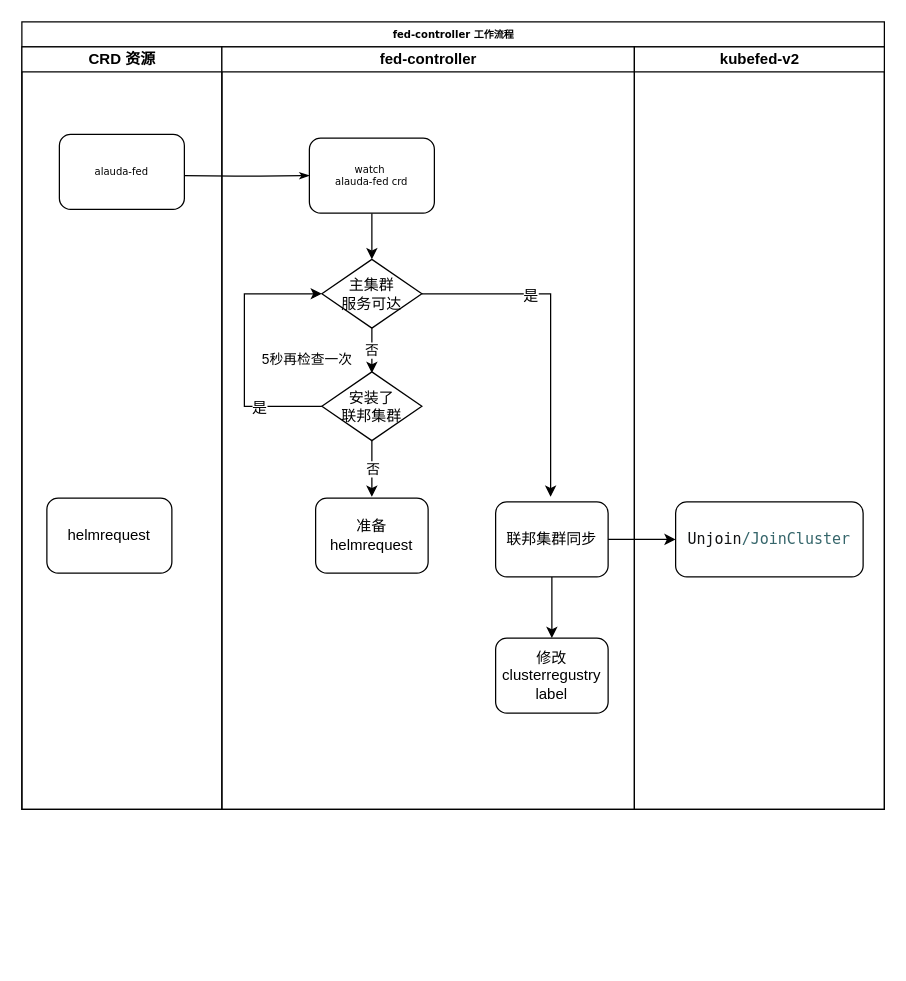
Above: page "Page-2" (2 of 5) of federateclusters.drawio in ssider/system_designs (draw.io), before the change. Source tidied: cells renumbered, new cells numbered last; positions are measured from the earlier drawing's top-left corner, leaving out a move shared by most shapes. Both pictures are drawn from the tidied source at 125%, with x=0, y=0 at pixel (21, 21).
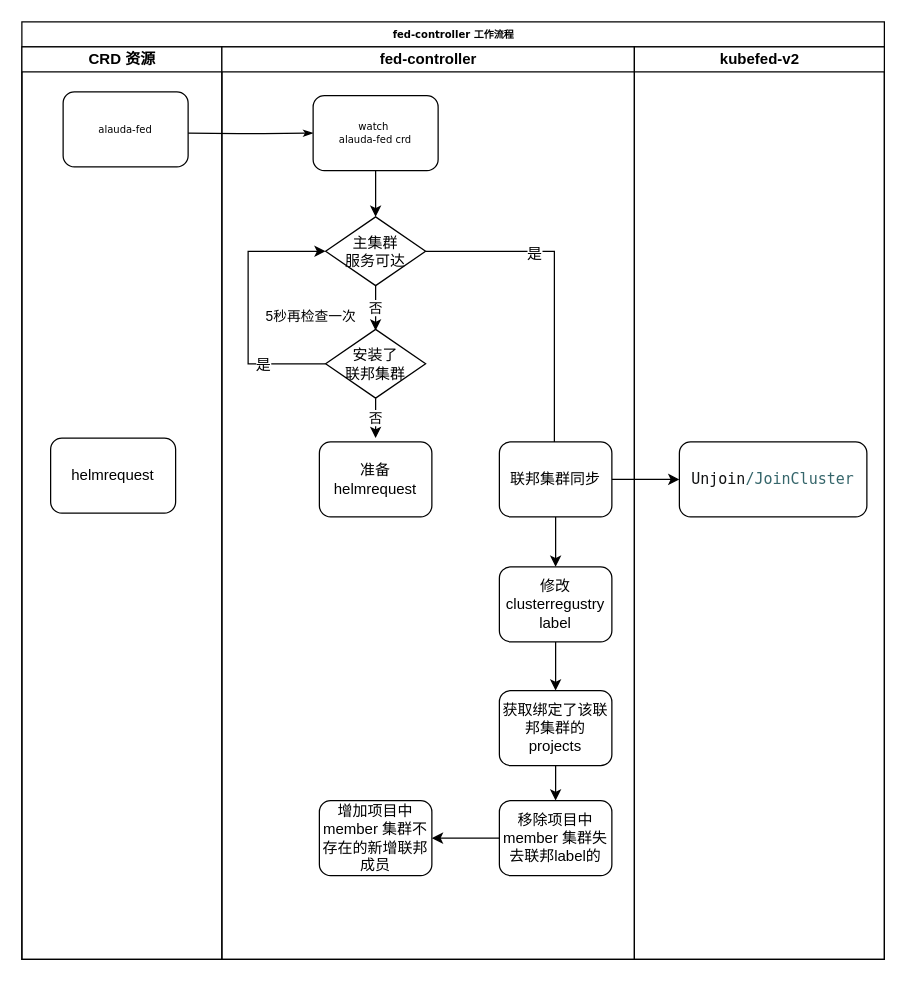
Above is the later version.

Change to the diagram source:
```diff
@@
     <mxCell id="2" value="fed-controller 工作流程" style="swimlane;html=1;startSize=20;rounded=0;shadow=0;labelBackgroundColor=none;strokeColor=#000000;strokeWidth=1;fillColor=#ffffff;fontFamily=Verdana;fontSize=8;fontColor=#000000;align=center;" parent="1" vertex="1">
-      <mxGeometry width="690" height="630" as="geometry" />
+      <mxGeometry width="690" height="750" as="geometry" />
     </mxCell>
+    <mxCell id="24" style="edgeStyle=orthogonalEdgeStyle;rounded=0;jettySize=auto;html=1;strokeColor=#000000;strokeWidth=1;" parent="2" edge="1" source="19" target="23">
+      <mxGeometry relative="1" as="geometry" />
+    </mxCell>
     <mxCell id="3" value="CRD 资源" style="swimlane;html=1;startSize=20;" parent="2" vertex="1">
-      <mxGeometry y="20" width="160" height="610" as="geometry" />
+      <mxGeometry y="20" width="160" height="730" as="geometry" />
     </mxCell>
     <mxCell id="4" value="alauda-fed" style="rounded=1;whiteSpace=wrap;html=1;shadow=0;labelBackgroundColor=none;strokeColor=#000000;strokeWidth=1;fillColor=#ffffff;fontFamily=Verdana;fontSize=8;fontColor=#000000;align=center;" parent="3" vertex="1">
-      <mxGeometry x="30" y="70" width="100" height="60" as="geometry" />
+      <mxGeometry x="33" y="36" width="100" height="60" as="geometry" />
     </mxCell>
     <mxCell id="5" value="helmrequest" style="rounded=1;whiteSpace=wrap;html=1;" parent="3" vertex="1">
-      <mxGeometry x="20" y="361" width="100" height="60" as="geometry" />
+      <mxGeometry x="23" y="313" width="100" height="60" as="geometry" />
     </mxCell>
     <mxCell id="6" style="edgeStyle=orthogonalEdgeStyle;rounded=1;html=1;labelBackgroundColor=none;startArrow=none;startFill=0;startSize=5;endArrow=classicThin;endFill=1;endSize=5;jettySize=auto;strokeColor=#000000;strokeWidth=1;fontFamily=Verdana;fontSize=8;fontColor=#000000;" parent="2" edge="1" target="10">
       <mxGeometry relative="1" as="geometry">
-        <mxPoint x="130" y="123" as="sourcePoint" />
+        <mxPoint x="133" y="89" as="sourcePoint" />
       </mxGeometry>
     </mxCell>
     <mxCell id="7" value="fed-controller" style="swimlane;html=1;startSize=20;" parent="2" vertex="1">
-      <mxGeometry x="160" y="20" width="330" height="610" as="geometry" />
+      <mxGeometry x="160" y="20" width="330" height="730" as="geometry" />
     </mxCell>
     <mxCell id="8" value="否" style="edgeStyle=orthogonalEdgeStyle;rounded=0;html=1;jettySize=auto;exitX=0.5;exitY=1;exitDx=0;exitDy=0;" parent="7" edge="1" source="13">
       <mxGeometry relative="1" as="geometry">
-        <mxPoint x="120" y="261" as="targetPoint" />
+        <mxPoint x="123" y="227" as="targetPoint" />
       </mxGeometry>
     </mxCell>
     <mxCell id="9" style="edgeStyle=orthogonalEdgeStyle;rounded=0;html=1;jettySize=auto;" parent="7" edge="1" source="10">
       <mxGeometry relative="1" as="geometry">
-        <mxPoint x="120" y="170" as="targetPoint" />
+        <mxPoint x="123" y="136" as="targetPoint" />
       </mxGeometry>
     </mxCell>
     <mxCell id="10" value="watch&amp;nbsp;&lt;br&gt;alauda-fed crd" style="rounded=1;whiteSpace=wrap;html=1;shadow=0;labelBackgroundColor=none;strokeColor=#000000;strokeWidth=1;fillColor=#ffffff;fontFamily=Verdana;fontSize=8;fontColor=#000000;align=center;" parent="7" vertex="1">
-      <mxGeometry x="70" y="73" width="100" height="60" as="geometry" />
+      <mxGeometry x="73" y="39" width="100" height="60" as="geometry" />
     </mxCell>
     <mxCell id="11" style="edgeStyle=orthogonalEdgeStyle;rounded=0;jettySize=auto;html=1;strokeColor=#000000;strokeWidth=1;" parent="7" edge="1" source="13">
       <mxGeometry relative="1" as="geometry">
-        <mxPoint x="263" y="360" as="targetPoint" />
+        <mxPoint x="266" y="326" as="targetPoint" />
         <Array as="points">
-          <mxPoint x="263" y="198" />
+          <mxPoint x="266" y="164" />
         </Array>
       </mxGeometry>
     </mxCell>
@@
     <mxCell id="13" value="主集群&lt;br&gt;服务可达" style="rhombus;whiteSpace=wrap;html=1;" parent="7" vertex="1">
-      <mxGeometry x="80" y="170" width="80" height="55" as="geometry" />
+      <mxGeometry x="83" y="136" width="80" height="55" as="geometry" />
     </mxCell>
     <mxCell id="14" value="否" style="edgeStyle=orthogonalEdgeStyle;rounded=0;jettySize=auto;html=1;strokeColor=#000000;strokeWidth=1;" parent="7" edge="1" source="17">
       <mxGeometry relative="1" as="geometry">
-        <mxPoint x="120" y="360" as="targetPoint" />
+        <mxPoint x="123" y="313" as="targetPoint" />
       </mxGeometry>
     </mxCell>
     <mxCell id="15" value="5秒再检查一次" style="edgeStyle=orthogonalEdgeStyle;rounded=0;jettySize=auto;html=1;strokeColor=#000000;strokeWidth=1;entryX=0;entryY=0.5;entryDx=0;entryDy=0;exitX=0;exitY=0.5;exitDx=0;exitDy=0;" parent="7" edge="1" source="17" target="13">
       <mxGeometry x="-0.07" y="-50" relative="1" as="geometry">
         <Array as="points">
-          <mxPoint x="18" y="288" />
-          <mxPoint x="18" y="198" />
+          <mxPoint x="21" y="254" />
+          <mxPoint x="21" y="164" />
         </Array>
       </mxGeometry>
     </mxCell>
@@
     <mxCell id="17" value="安装了&lt;br&gt;联邦集群" style="rhombus;whiteSpace=wrap;html=1;" parent="7" vertex="1">
-      <mxGeometry x="80" y="260" width="80" height="55" as="geometry" />
+      <mxGeometry x="83" y="226" width="80" height="55" as="geometry" />
     </mxCell>
@@
     <mxCell id="19" value="联邦集群同步" style="rounded=1;whiteSpace=wrap;html=1;fillColor=#ffffff;" parent="7" vertex="1">
-      <mxGeometry x="219" y="364" width="90" height="60" as="geometry" />
+      <mxGeometry x="222" y="316" width="90" height="60" as="geometry" />
     </mxCell>
+    <mxCell id="25" style="edgeStyle=orthogonalEdgeStyle;rounded=0;jettySize=auto;html=1;" parent="7" edge="1" source="20" target="27">
+      <mxGeometry relative="1" as="geometry" />
+    </mxCell>
     <mxCell id="20" value="修改clusterregustry&lt;br&gt;label" style="rounded=1;whiteSpace=wrap;html=1;fillColor=#ffffff;" parent="7" vertex="1">
-      <mxGeometry x="219" y="473" width="90" height="60" as="geometry" />
+      <mxGeometry x="222" y="416" width="90" height="60" as="geometry" />
     </mxCell>
+    <mxCell id="26" style="edgeStyle=orthogonalEdgeStyle;rounded=0;jettySize=auto;html=1;" parent="7" edge="1" source="27" target="29">
+      <mxGeometry relative="1" as="geometry" />
+    </mxCell>
+    <mxCell id="27" value="获取绑定了该联邦集群的projects" style="rounded=1;whiteSpace=wrap;html=1;fillColor=#ffffff;" parent="7" vertex="1">
+      <mxGeometry x="222" y="515" width="90" height="60" as="geometry" />
+    </mxCell>
+    <mxCell id="28" style="edgeStyle=orthogonalEdgeStyle;rounded=0;jettySize=auto;html=1;" parent="7" edge="1" source="29" target="30">
+      <mxGeometry relative="1" as="geometry" />
+    </mxCell>
+    <mxCell id="29" value="移除项目中member 集群失去联邦label的" style="rounded=1;whiteSpace=wrap;html=1;fillColor=#ffffff;" parent="7" vertex="1">
+      <mxGeometry x="222" y="603" width="90" height="60" as="geometry" />
+    </mxCell>
+    <mxCell id="30" value="增加项目中member 集群不存在的新增联邦成员" style="rounded=1;whiteSpace=wrap;html=1;fillColor=#ffffff;" parent="7" vertex="1">
+      <mxGeometry x="78" y="603" width="90" height="60" as="geometry" />
+    </mxCell>
     <mxCell id="21" value="准备helmrequest" style="rounded=1;whiteSpace=wrap;html=1;fillColor=#ffffff;" parent="7" vertex="1">
-      <mxGeometry x="75" y="361" width="90" height="60" as="geometry" />
+      <mxGeometry x="78" y="316" width="90" height="60" as="geometry" />
     </mxCell>
     <mxCell id="22" value="kubefed-v2" style="swimlane;html=1;startSize=20;" parent="2" vertex="1">
-      <mxGeometry x="490" y="20" width="200" height="610" as="geometry" />
+      <mxGeometry x="490" y="20" width="200" height="730" as="geometry" />
     </mxCell>
     <mxCell id="23" value="&lt;pre style=&quot;background-color: #ffffff ; color: #121314 ; font-family: &amp;#34;menlo&amp;#34; ; font-size: 9.0pt&quot;&gt;&lt;pre style=&quot;font-family: &amp;#34;menlo&amp;#34; ; font-size: 9pt&quot;&gt;Unjoin&lt;span style=&quot;color: #36666b&quot;&gt;/JoinCluster&lt;/span&gt;&lt;/pre&gt;&lt;/pre&gt;" style="rounded=1;whiteSpace=wrap;html=1;fillColor=#ffffff;" parent="22" vertex="1">
-      <mxGeometry x="33" y="364" width="150" height="60" as="geometry" />
+      <mxGeometry x="36" y="316" width="150" height="60" as="geometry" />
     </mxCell>
-    <mxCell id="24" style="edgeStyle=orthogonalEdgeStyle;rounded=0;jettySize=auto;html=1;strokeColor=#000000;strokeWidth=1;" parent="2" edge="1" source="19" target="23">
-      <mxGeometry relative="1" as="geometry" />
-    </mxCell>
```
